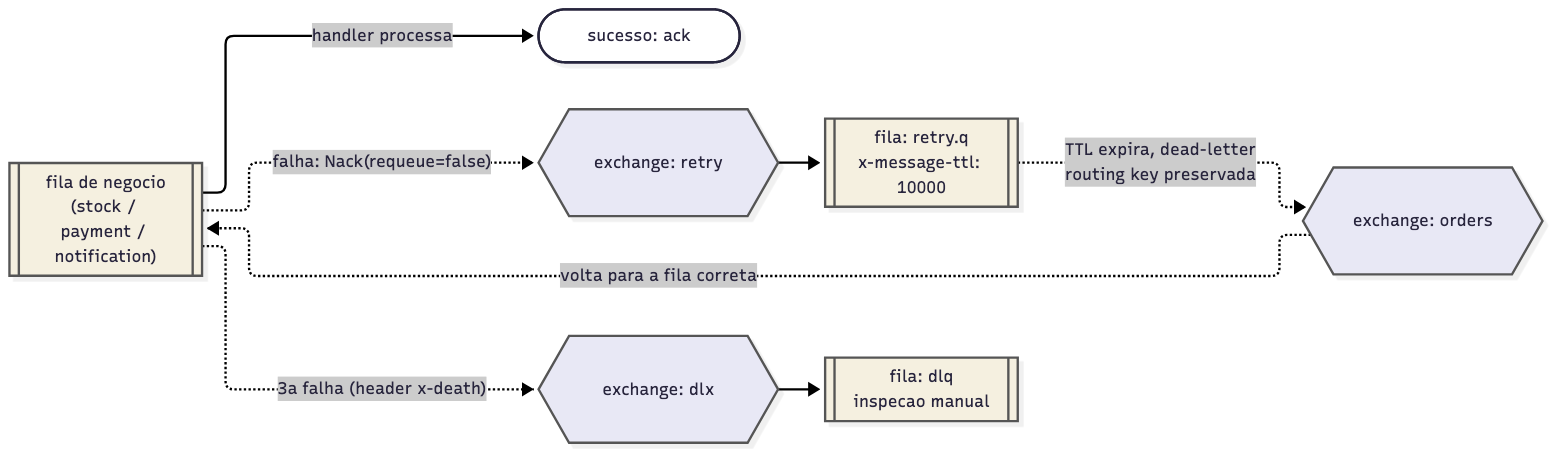
This is docs/diagramas/retentativa.png from NicolasPaterno/message-queue-ecommerce, a Mermaid export, as it was before one commit. Its source is kept beside it as docs/diagramas/retentativa.mmd. The source it was exported from:
```mermaid
flowchart LR
    Q[["fila de negocio<br/>(stock / payment / notification)"]]
    Q -->|handler processa| OK([sucesso: ack])
    Q -.->|"falha: Nack(requeue=false)"| RX{{exchange: retry}}
    RX --> RQ[["fila: retry.q<br/>x-message-ttl: 10000"]]
    RQ -.->|"TTL expira, dead-letter<br/>routing key preservada"| EX{{exchange: orders}}
    EX -.->|volta para a fila correta| Q
    Q -.->|"3a falha (header x-death)"| DX{{exchange: dlx}}
    DX --> DLQ[["fila: dlq<br/>inspecao manual"]]

    classDef ex fill:#e8e8f5,stroke:#555
    classDef q fill:#f5f0e0,stroke:#555
    class RX,EX,DX ex
    class Q,RQ,DLQ q
```
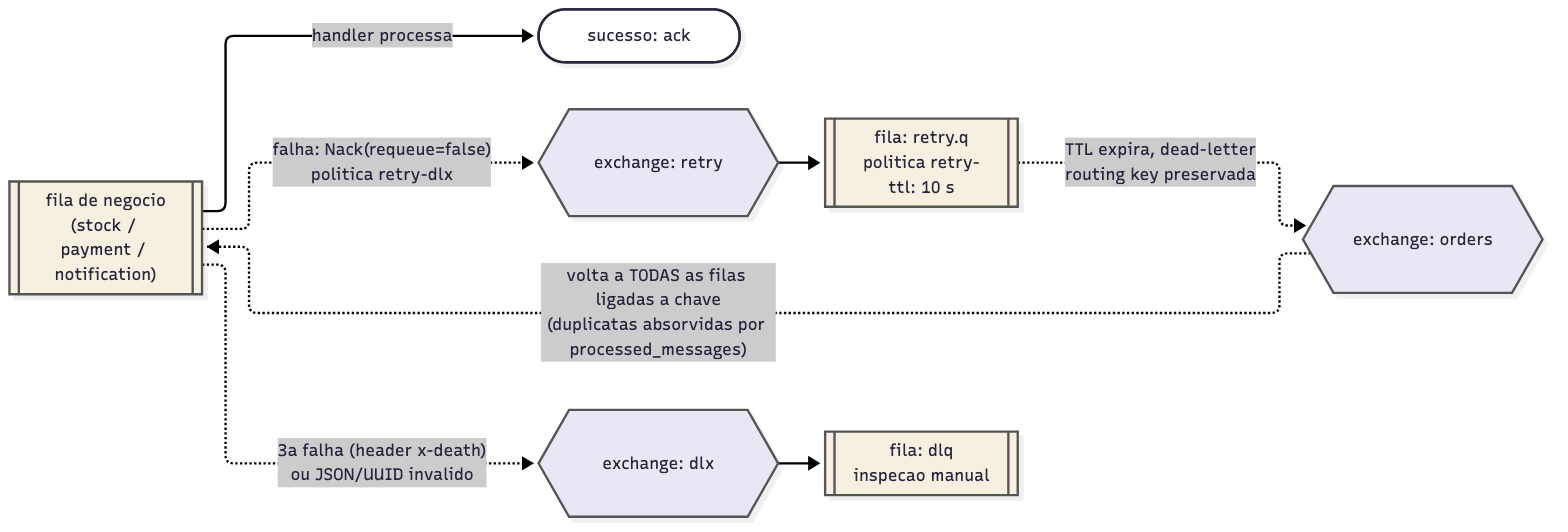
The same diagram one commit later.

What changed in the source:
```diff
@@ -1,11 +1,11 @@
 flowchart LR
     Q[["fila de negocio<br/>(stock / payment / notification)"]]
     Q -->|handler processa| OK([sucesso: ack])
-    Q -.->|"falha: Nack(requeue=false)"| RX{{exchange: retry}}
-    RX --> RQ[["fila: retry.q<br/>x-message-ttl: 10000"]]
+    Q -.->|"falha: Nack(requeue=false)<br/>politica retry-dlx"| RX{{exchange: retry}}
+    RX --> RQ[["fila: retry.q<br/>politica retry-ttl: 10 s"]]
     RQ -.->|"TTL expira, dead-letter<br/>routing key preservada"| EX{{exchange: orders}}
-    EX -.->|volta para a fila correta| Q
-    Q -.->|"3a falha (header x-death)"| DX{{exchange: dlx}}
+    EX -.->|"volta a TODAS as filas ligadas a chave<br/>(duplicatas absorvidas por processed_messages)"| Q
+    Q -.->|"3a falha (header x-death)<br/>ou JSON/UUID invalido"| DX{{exchange: dlx}}
     DX --> DLQ[["fila: dlq<br/>inspecao manual"]]
 
     classDef ex fill:#e8e8f5,stroke:#555
```
